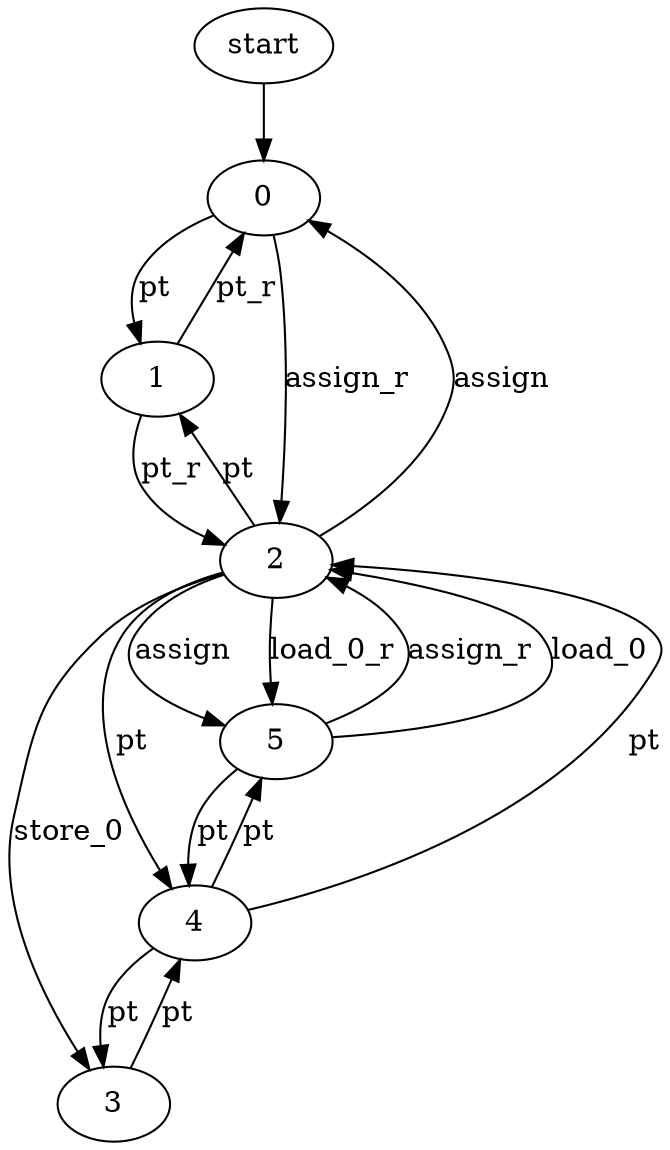
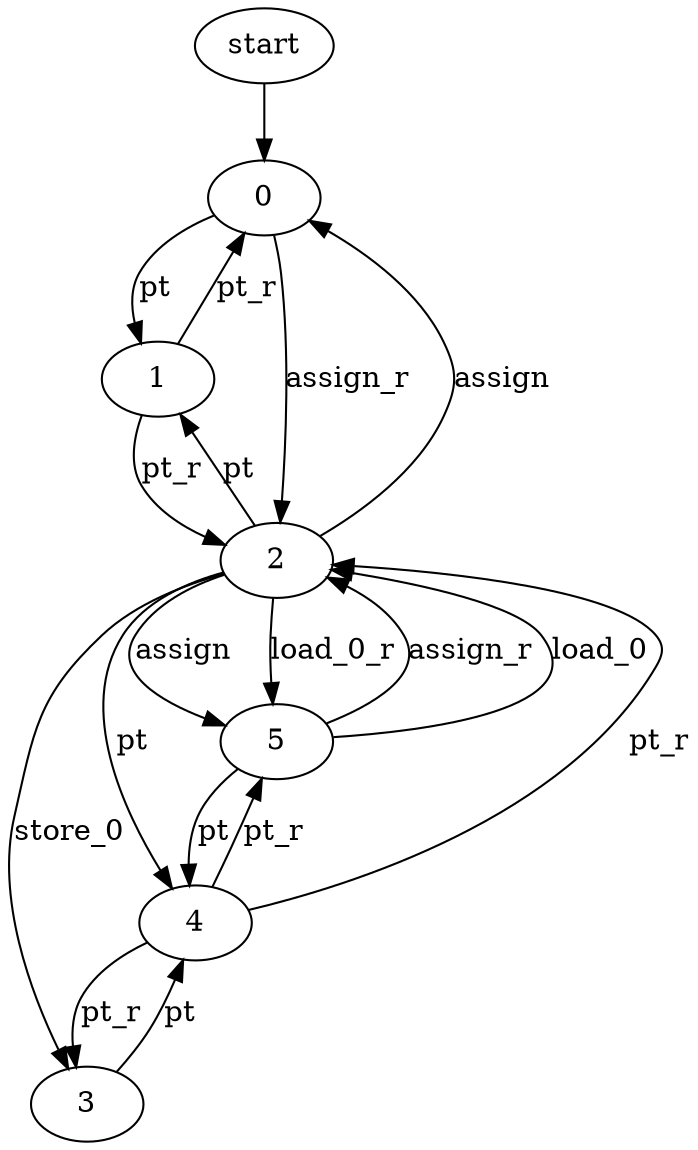
digraph {
    start -> 0;
    0 -> 1 [label = "pt"];
    1 -> 0 [label = "pt_r"];
    2 -> 0 [label = "assign"];
    0 -> 2 [label = "assign_r"];
    2 -> 1 [label = "pt"];
    1 -> 2 [label = "pt_r"];
    2 -> 3 [label = "store_0"];
    3 -> 4 [label = "pt"];
-     4 -> 3 [label = "pt"];
+     4 -> 3 [label = "pt_r"];
    2 -> 5 [label = "assign"];
    5 -> 2 [label = "assign_r"];
    5 -> 2 [label = "load_0"];
    2 -> 5 [label = "load_0_r"];
    2 -> 4 [label = "pt"];
-     4 -> 2 [label = "pt"];
+     4 -> 2 [label = "pt_r"];
    5 -> 4 [label = "pt"];
-     4 -> 5 [label = "pt"];
+     4 -> 5 [label = "pt_r"];
}
